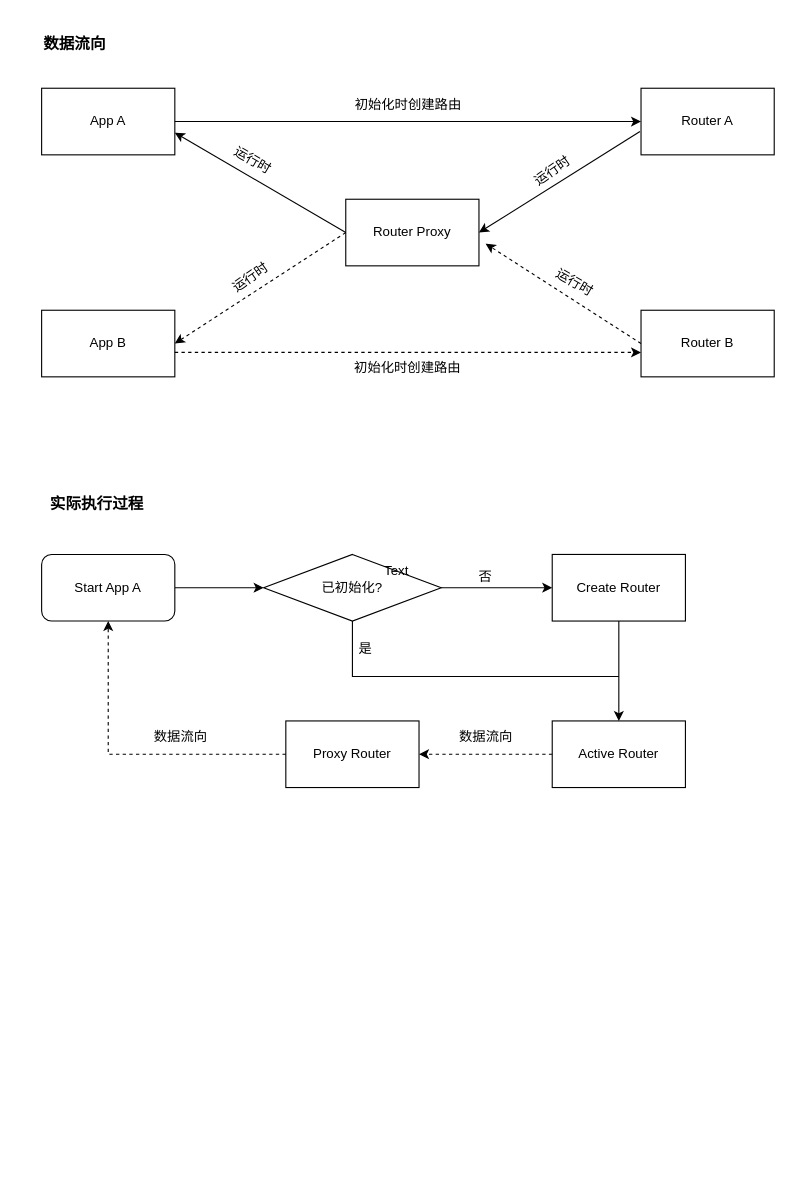
feirpri/notes keeps this draw.io diagram as 前端模块化架构设计与实现/ProxyRouter.drawio. Above is the earlier version. Source tidied: cells renumbered, new cells numbered last; positions are measured from the earlier drawing's top-left corner, leaving out a move shared by most shapes. Both pictures are drawn from the tidied source at 111%, with x=0, y=0 at pixel (19, 21).
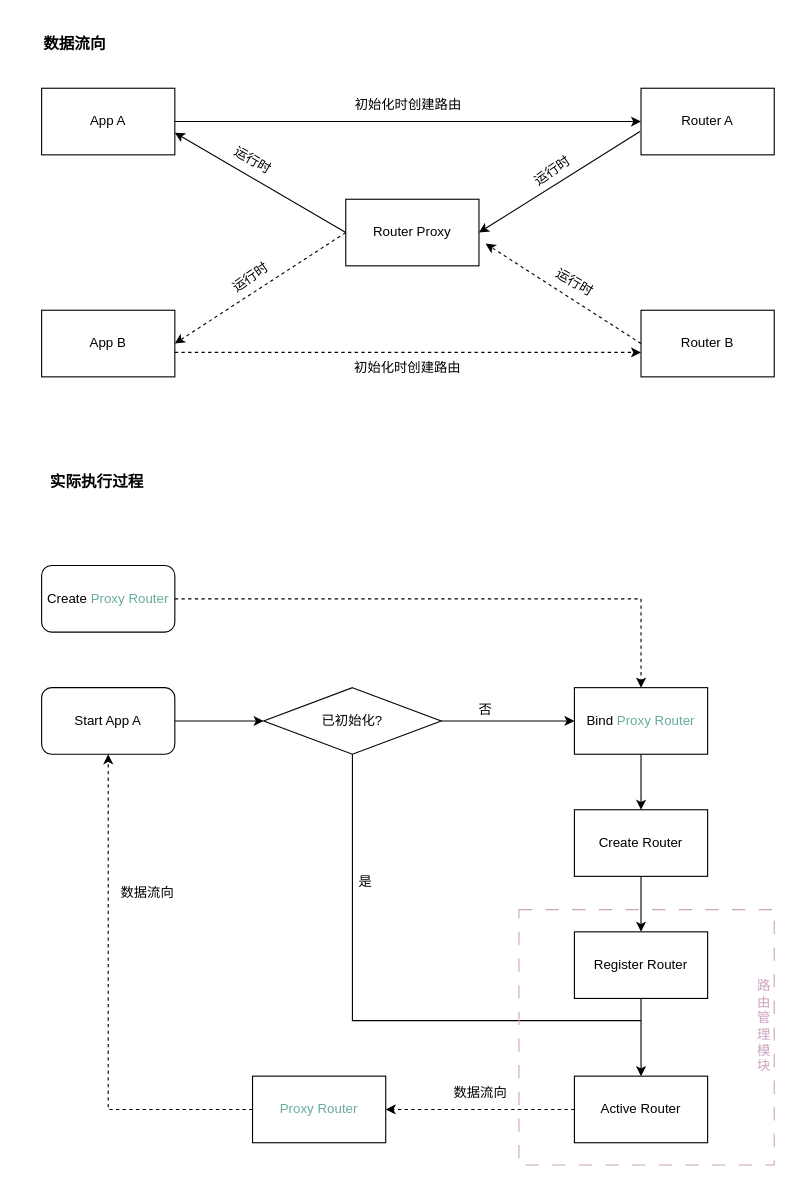
The same page after the edit.

The edit, as a diff of the source:
```diff
@@
     <mxCell id="20" value="&lt;h3&gt;实际执行过程&lt;/h3&gt;" style="text;html=1;strokeColor=none;fillColor=none;align=center;verticalAlign=middle;whiteSpace=wrap;rounded=0;" parent="1" vertex="1">
-      <mxGeometry x="20" y="420" width="100" height="30" as="geometry" />
+      <mxGeometry x="20" y="400" width="100" height="30" as="geometry" />
     </mxCell>
@@
     <mxCell id="22" value="&lt;div&gt;Start App A&lt;/div&gt;" style="rounded=1;whiteSpace=wrap;html=1;" parent="1" vertex="1">
-      <mxGeometry x="20" y="480" width="120" height="60" as="geometry" />
+      <mxGeometry x="20" y="600" width="120" height="60" as="geometry" />
     </mxCell>
-    <mxCell id="23" style="edgeStyle=orthogonalEdgeStyle;rounded=0;jettySize=auto;html=1;exitX=1;exitY=0.5;exitDx=0;exitDy=0;" parent="1" edge="1" source="24" target="25">
+    <mxCell id="23" style="edgeStyle=orthogonalEdgeStyle;rounded=0;jettySize=auto;html=1;exitX=1;exitY=0.5;exitDx=0;exitDy=0;entryX=0;entryY=0.5;entryDx=0;entryDy=0;" parent="1" edge="1" source="24" target="40">
       <mxGeometry relative="1" as="geometry" />
     </mxCell>
     <mxCell id="24" value="已初始化?" style="rhombus;whiteSpace=wrap;html=1;" parent="1" vertex="1">
-      <mxGeometry x="220" y="480" width="160" height="60" as="geometry" />
+      <mxGeometry x="220" y="600" width="160" height="60" as="geometry" />
     </mxCell>
+    <mxCell id="37" style="edgeStyle=orthogonalEdgeStyle;rounded=0;jettySize=auto;html=1;" parent="1" edge="1" source="25" target="38">
+      <mxGeometry relative="1" as="geometry" />
+    </mxCell>
     <mxCell id="25" value="Create Router" style="whiteSpace=wrap;html=1;" parent="1" vertex="1">
-      <mxGeometry x="480" y="480" width="120" height="60" as="geometry" />
+      <mxGeometry x="500" y="710" width="120" height="60" as="geometry" />
     </mxCell>
     <mxCell id="26" value="否" style="text;html=1;strokeColor=none;fillColor=none;align=center;verticalAlign=middle;whiteSpace=wrap;rounded=0;" parent="1" vertex="1">
-      <mxGeometry x="410" y="485" width="20" height="30" as="geometry" />
+      <mxGeometry x="410" y="605" width="20" height="30" as="geometry" />
     </mxCell>
     <mxCell id="27" value="Active Router" style="whiteSpace=wrap;html=1;" parent="1" vertex="1">
-      <mxGeometry x="480" y="630" width="120" height="60" as="geometry" />
+      <mxGeometry x="500" y="950" width="120" height="60" as="geometry" />
     </mxCell>
     <mxCell id="28" value="是" style="text;html=1;strokeColor=none;fillColor=none;align=center;verticalAlign=middle;whiteSpace=wrap;rounded=0;" parent="1" vertex="1">
-      <mxGeometry x="282" y="550" width="60" height="30" as="geometry" />
+      <mxGeometry x="282" y="760" width="60" height="30" as="geometry" />
     </mxCell>
     <mxCell id="29" style="endArrow=none;html=1;rounded=0;exitX=0.5;exitY=1;exitDx=0;exitDy=0;" parent="1" edge="1" source="24">
       <mxGeometry relative="1" as="geometry">
-        <mxPoint x="540" y="590" as="targetPoint" />
+        <mxPoint x="560" y="900" as="targetPoint" />
         <Array as="points">
-          <mxPoint x="300" y="590" />
+          <mxPoint x="300" y="710" />
+          <mxPoint x="300" y="900" />
         </Array>
       </mxGeometry>
     </mxCell>
-    <mxCell id="30" style="endArrow=classic;html=1;rounded=0;entryX=0.5;entryY=0;entryDx=0;entryDy=0;exitX=0.5;exitY=1;exitDx=0;exitDy=0;" parent="1" edge="1" source="25" target="27">
+    <mxCell id="30" style="endArrow=classic;html=1;rounded=0;entryX=0.5;entryY=0;entryDx=0;entryDy=0;exitX=0.5;exitY=1;exitDx=0;exitDy=0;" parent="1" edge="1" source="38" target="27">
       <mxGeometry relative="1" as="geometry" />
     </mxCell>
-    <mxCell id="31" value="&lt;div&gt;Proxy Router&lt;/div&gt;" style="rounded=0;whiteSpace=wrap;html=1;" parent="1" vertex="1">
-      <mxGeometry x="240" y="630" width="120" height="60" as="geometry" />
+    <mxCell id="31" value="&lt;div&gt;&lt;font color=&quot;#67ab9f&quot;&gt;Proxy Router&lt;/font&gt;&lt;/div&gt;" style="rounded=0;whiteSpace=wrap;html=1;" parent="1" vertex="1">
+      <mxGeometry x="210" y="950" width="120" height="60" as="geometry" />
     </mxCell>
@@
     <mxCell id="33" style="endArrow=classic;html=1;rounded=0;exitX=0;exitY=0.5;exitDx=0;exitDy=0;entryX=0.5;entryY=1;entryDx=0;entryDy=0;dashed=1;" parent="1" edge="1" source="31" target="22">
       <mxGeometry relative="1" as="geometry">
         <Array as="points">
-          <mxPoint x="80" y="660" />
+          <mxPoint x="80" y="980" />
+          <mxPoint x="80" y="780" />
         </Array>
       </mxGeometry>
     </mxCell>
-    <mxCell id="34" value="Text" style="text;html=1;strokeColor=none;fillColor=none;align=center;verticalAlign=middle;whiteSpace=wrap;rounded=0;" parent="1" vertex="1">
-      <mxGeometry x="310" y="480" width="60" height="30" as="geometry" />
-    </mxCell>
     <mxCell id="35" value="数据流向" style="text;html=1;align=center;verticalAlign=middle;strokeColor=none;fillColor=none;" parent="1" vertex="1">
-      <mxGeometry x="110" y="630" width="70" height="30" as="geometry" />
+      <mxGeometry x="80" y="770" width="70" height="30" as="geometry" />
     </mxCell>
     <mxCell id="36" value="数据流向" style="text;html=1;align=center;verticalAlign=middle;strokeColor=none;fillColor=none;" parent="1" vertex="1">
-      <mxGeometry x="385" y="630" width="70" height="30" as="geometry" />
+      <mxGeometry x="380" y="950" width="70" height="30" as="geometry" />
     </mxCell>
+    <mxCell id="38" value="Register Router" style="whiteSpace=wrap;html=1;" parent="1" vertex="1">
+      <mxGeometry x="500" y="820" width="120" height="60" as="geometry" />
+    </mxCell>
+    <mxCell id="39" style="edgeStyle=orthogonalEdgeStyle;rounded=0;jettySize=auto;html=1;" parent="1" edge="1" source="40" target="25">
+      <mxGeometry relative="1" as="geometry" />
+    </mxCell>
+    <mxCell id="40" value="Bind &lt;font color=&quot;#67ab9f&quot;&gt;Proxy Router&lt;/font&gt;" style="whiteSpace=wrap;html=1;" parent="1" vertex="1">
+      <mxGeometry x="500" y="600" width="120" height="60" as="geometry" />
+    </mxCell>
+    <mxCell id="41" value="Create &lt;font color=&quot;#67ab9f&quot;&gt;Proxy Router&lt;/font&gt;" style="rounded=1;whiteSpace=wrap;html=1;" parent="1" vertex="1">
+      <mxGeometry x="20" y="490" width="120" height="60" as="geometry" />
+    </mxCell>
+    <mxCell id="42" style="whiteSpace=wrap;html=1;fillColor=none;dashed=1;dashPattern=12 12;strokeColor=#CDA2BE;" parent="1" vertex="1">
+      <mxGeometry x="450" y="800" width="230" height="230" as="geometry" />
+    </mxCell>
+    <mxCell id="43" value="&lt;font color=&quot;#cda2be&quot;&gt;路由管理模块&lt;/font&gt;" style="text;html=1;strokeColor=none;fillColor=none;align=center;verticalAlign=middle;whiteSpace=wrap;rounded=0;" parent="1" vertex="1">
+      <mxGeometry x="666" y="890" width="10" height="30" as="geometry" />
+    </mxCell>
+    <mxCell id="44" style="endArrow=classic;html=1;rounded=0;entryX=0.5;entryY=0;entryDx=0;entryDy=0;exitX=1;exitY=0.5;exitDx=0;exitDy=0;dashed=1;" parent="1" edge="1" source="41" target="40">
+      <mxGeometry relative="1" as="geometry">
+        <Array as="points">
+          <mxPoint x="560" y="520" />
+        </Array>
+      </mxGeometry>
+    </mxCell>
```
